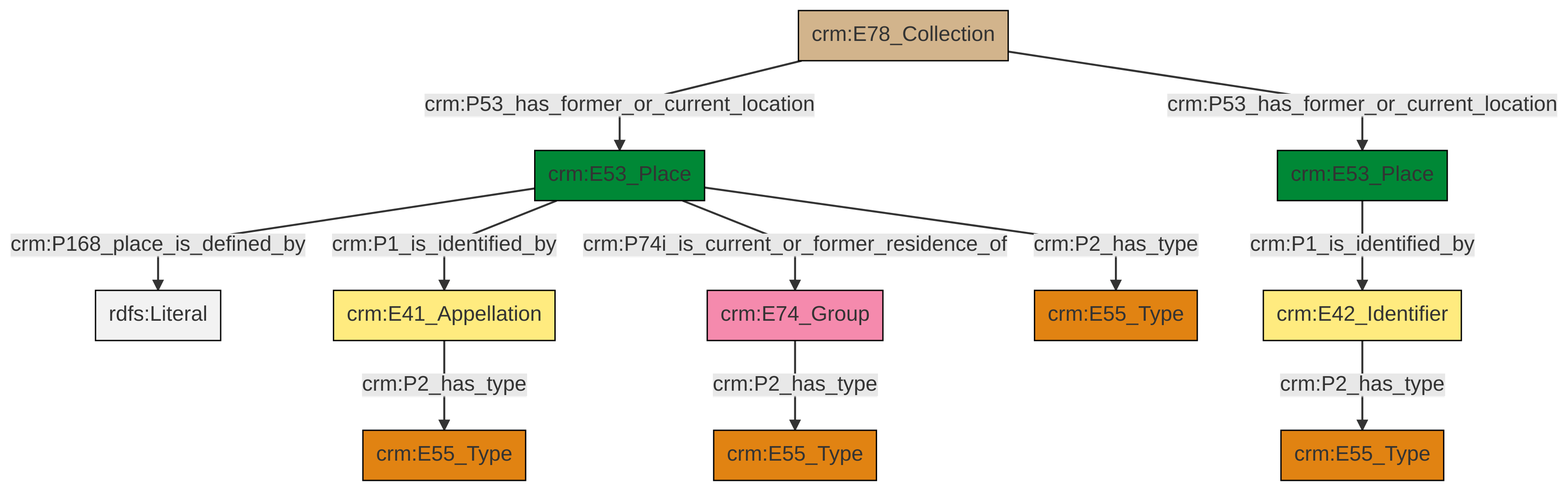
This is et/archivalCSV/ttl/mmd/png/archival_location.png from swiss-art-research-net/docs.swissartresearch, a Mermaid export, as it was before one commit. Its source is kept beside it as et/archivalCSV/ttl/mmd/archival_location.ttl.mmd.
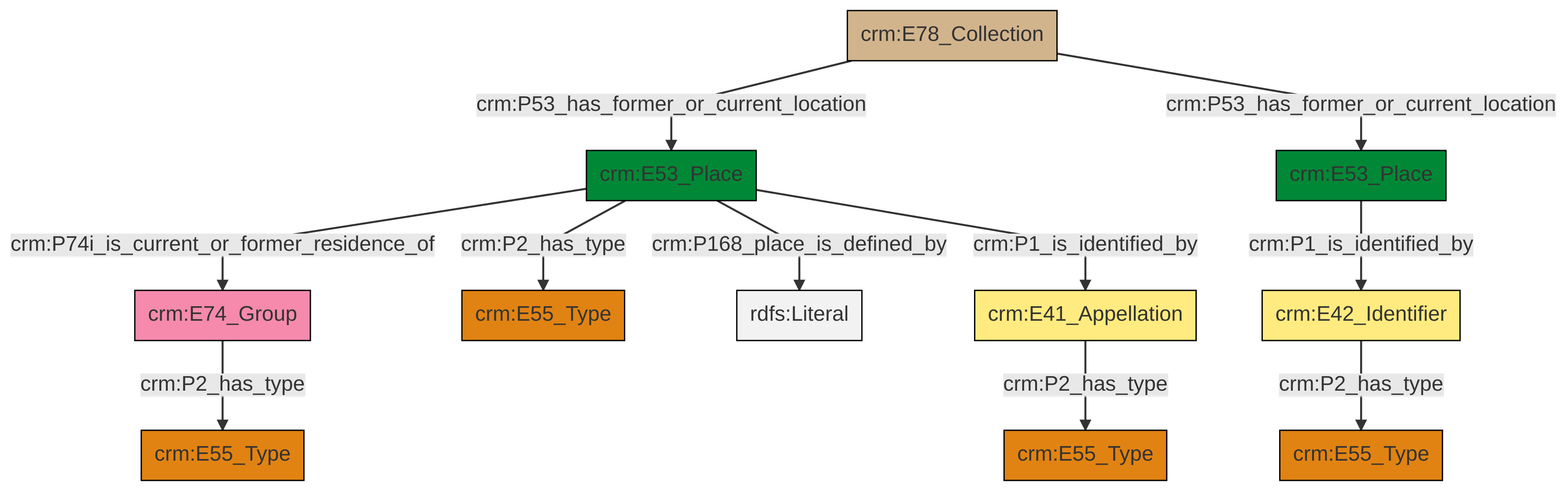
After the commit.

The edit, as a diff of the source:
```diff
@@ -13,13 +13,13 @@
 classDef PC_Classes fill:#4ce600, stroke:#000000;
 classDef Multi fill:#cccccc,stroke:#000000;
 
-8["crm:E53_Place"]:::Place -->|crm:P168_place_is_defined_by| 9[rdfs:Literal]:::Literal
-10["crm:E41_Appellation"]:::Appellation -->|crm:P2_has_type| 14["crm:E55_Type"]:::Type
-6["crm:E78_Collection"]:::Physical_Thing -->|crm:P53_has_former_or_current_location| 8["crm:E53_Place"]:::Place
-8["crm:E53_Place"]:::Place -->|crm:P2_has_type| 15["crm:E55_Type"]:::Type
+8["crm:E53_Place"]:::Place -->|crm:P74i_is_current_or_former_residence_of| 9["crm:E74_Group"]:::Actor
+8["crm:E53_Place"]:::Place -->|crm:P2_has_type| 4["crm:E55_Type"]:::Type
+8["crm:E53_Place"]:::Place -->|crm:P168_place_is_defined_by| 14[rdfs:Literal]:::Literal
 8["crm:E53_Place"]:::Place -->|crm:P1_is_identified_by| 10["crm:E41_Appellation"]:::Appellation
-18["crm:E42_Identifier"]:::Appellation -->|crm:P2_has_type| 4["crm:E55_Type"]:::Type
-6["crm:E78_Collection"]:::Physical_Thing -->|crm:P53_has_former_or_current_location| 2["crm:E53_Place"]:::Place
-12["crm:E74_Group"]:::Actor -->|crm:P2_has_type| 0["crm:E55_Type"]:::Type
-2["crm:E53_Place"]:::Place -->|crm:P1_is_identified_by| 18["crm:E42_Identifier"]:::Appellation
-8["crm:E53_Place"]:::Place -->|crm:P74i_is_current_or_former_residence_of| 12["crm:E74_Group"]:::Actor
+0["crm:E42_Identifier"]:::Appellation -->|crm:P2_has_type| 2["crm:E55_Type"]:::Type
+10["crm:E41_Appellation"]:::Appellation -->|crm:P2_has_type| 6["crm:E55_Type"]:::Type
+16["crm:E78_Collection"]:::Physical_Thing -->|crm:P53_has_former_or_current_location| 8["crm:E53_Place"]:::Place
+19["crm:E53_Place"]:::Place -->|crm:P1_is_identified_by| 0["crm:E42_Identifier"]:::Appellation
+9["crm:E74_Group"]:::Actor -->|crm:P2_has_type| 12["crm:E55_Type"]:::Type
+16["crm:E78_Collection"]:::Physical_Thing -->|crm:P53_has_former_or_current_location| 19["crm:E53_Place"]:::Place
```
